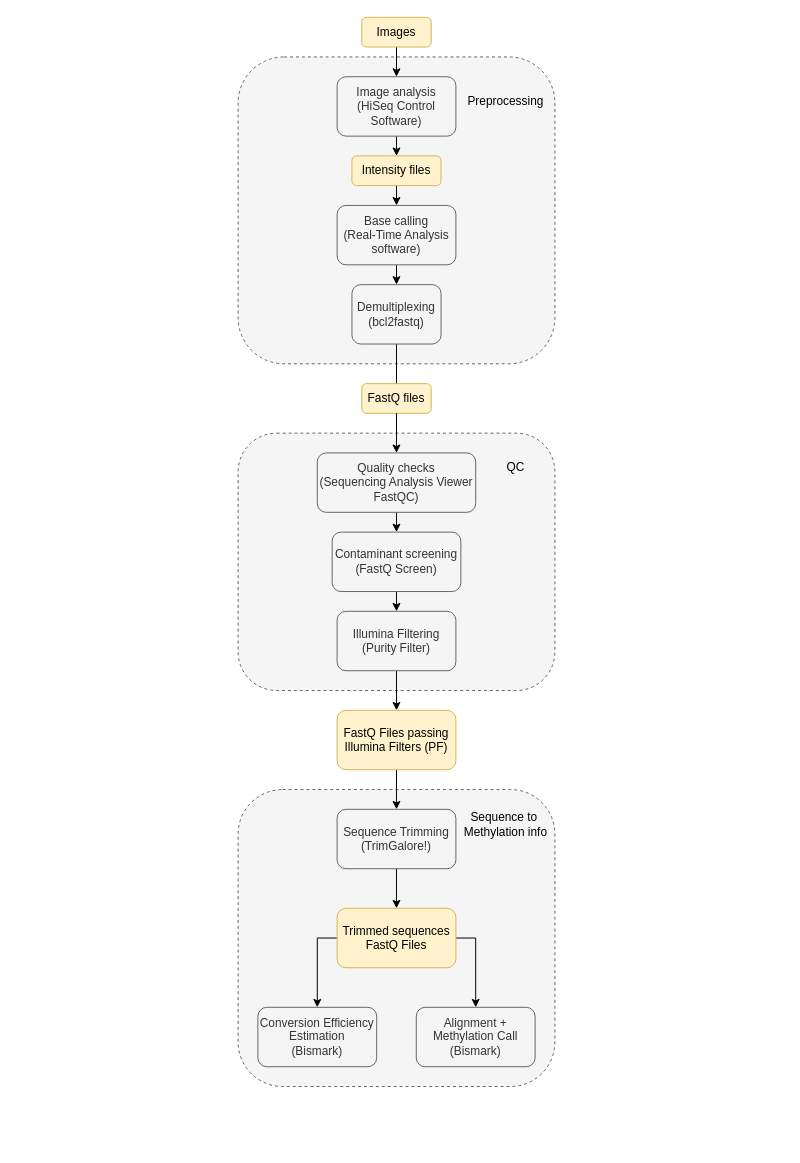
Before: pipeline_diagram.drawio in SeatizenDOI/methylation-pipeline, a draw.io diagram. Source tidied: cells renumbered, new cells numbered last; positions are measured from the earlier drawing's top-left corner, leaving out a move shared by most shapes. Both pictures are drawn from the tidied source at 99%, with x=0, y=0 at pixel (238, 17).
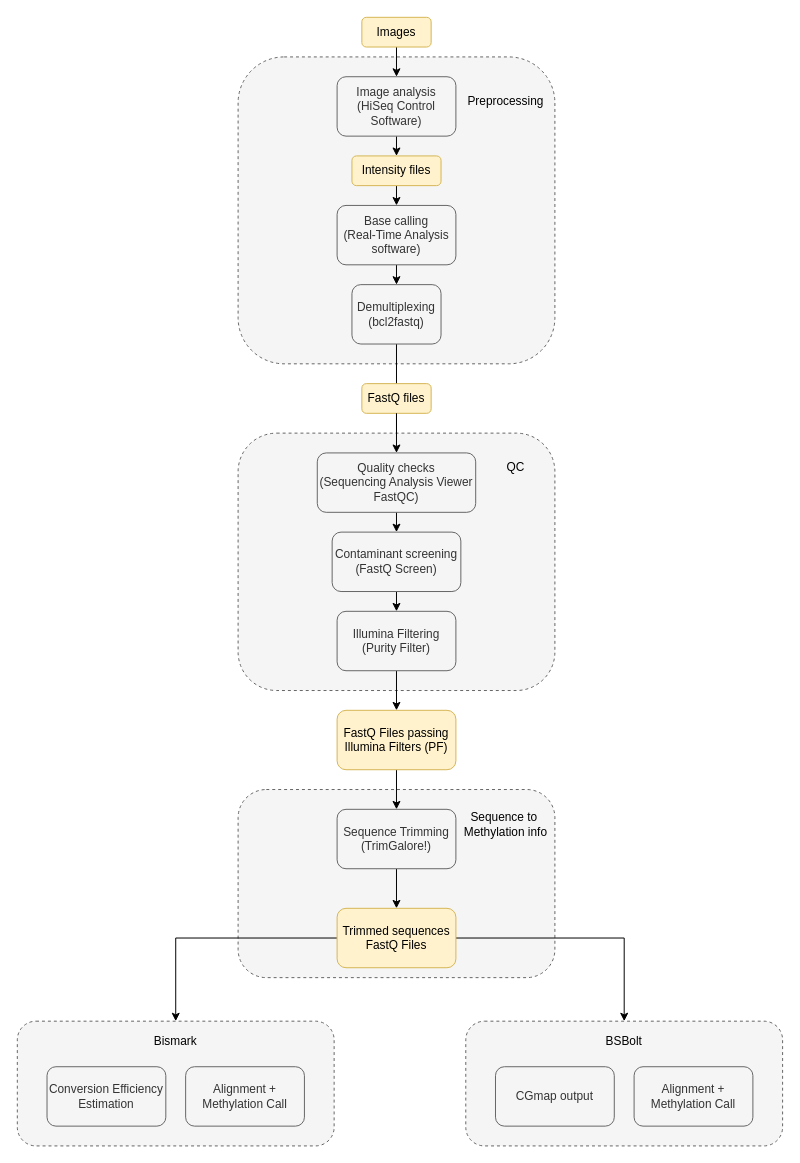
After the change.

Unchanged cells that the change refers to:
```xml
<mxCell id="9" value="Trimmed sequences FastQ Files" style="rounded=1;whiteSpace=wrap;html=1;fillColor=#fff2cc;strokeColor=#d6b656;fillStyle=solid;" parent="1" vertex="1">
  <mxGeometry x="100" y="900" width="120" height="60" as="geometry" />
</mxCell>
```

Change to the diagram source:
```diff
@@
+    <mxCell id="37" style="rounded=1;whiteSpace=wrap;html=1;dashed=1;fillColor=#f5f5f5;fontColor=#333333;strokeColor=#666666;" parent="1" vertex="1">
+      <mxGeometry x="-223" y="1014" width="320" height="126" as="geometry" />
+    </mxCell>
     <mxCell id="2" style="rounded=1;whiteSpace=wrap;html=1;dashed=1;fillColor=#f5f5f5;fontColor=#333333;strokeColor=#666666;" parent="1" vertex="1">
-      <mxGeometry y="780" width="320" height="300" as="geometry" />
+      <mxGeometry y="780" width="320" height="190" as="geometry" />
     </mxCell>
@@
-    <mxCell id="7" style="edgeStyle=orthogonalEdgeStyle;rounded=0;jettySize=auto;html=1;exitX=0;exitY=0.5;exitDx=0;exitDy=0;" parent="1" edge="1" source="9" target="10">
-      <mxGeometry relative="1" as="geometry" />
-    </mxCell>
-    <mxCell id="8" style="edgeStyle=orthogonalEdgeStyle;rounded=0;jettySize=auto;html=1;exitX=1;exitY=0.5;exitDx=0;exitDy=0;entryX=0.5;entryY=0;entryDx=0;entryDy=0;" parent="1" edge="1" source="9" target="11">
-      <mxGeometry relative="1" as="geometry" />
-    </mxCell>
+    <mxCell id="38" style="edgeStyle=orthogonalEdgeStyle;rounded=0;jettySize=auto;html=1;" parent="1" edge="1" source="9" target="37">
+      <mxGeometry relative="1" as="geometry" />
+    </mxCell>
+    <mxCell id="39" style="edgeStyle=orthogonalEdgeStyle;rounded=0;jettySize=auto;html=1;exitX=1;exitY=0.5;exitDx=0;exitDy=0;entryX=0.5;entryY=0;entryDx=0;entryDy=0;" parent="1" edge="1" source="9" target="41">
+      <mxGeometry relative="1" as="geometry" />
+    </mxCell>
@@
-    <mxCell id="10" value="&lt;div&gt;Conversion Efficiency Estimation&lt;/div&gt;&lt;div&gt;(Bismark)&lt;/div&gt;" style="rounded=1;whiteSpace=wrap;html=1;fillColor=#f5f5f5;strokeColor=#666666;fillStyle=solid;fontColor=#333333;" parent="1" vertex="1">
-      <mxGeometry x="20" y="1000" width="120" height="60" as="geometry" />
+    <mxCell id="10" value="&lt;div&gt;Conversion Efficiency Estimation&lt;/div&gt;" style="rounded=1;whiteSpace=wrap;html=1;fillColor=#f5f5f5;strokeColor=#666666;fillStyle=solid;fontColor=#333333;" parent="1" vertex="1">
+      <mxGeometry x="-193" y="1060" width="120" height="60" as="geometry" />
     </mxCell>
-    <mxCell id="11" value="&lt;div&gt;Alignment + Methylation Call&lt;/div&gt;&lt;div&gt;(Bismark)&lt;/div&gt;" style="rounded=1;whiteSpace=wrap;html=1;fillColor=#f5f5f5;strokeColor=#666666;fillStyle=solid;fontColor=#333333;" parent="1" vertex="1">
-      <mxGeometry x="180" y="1000" width="120" height="60" as="geometry" />
+    <mxCell id="11" value="&lt;div&gt;Alignment + Methylation Call&lt;/div&gt;" style="rounded=1;whiteSpace=wrap;html=1;fillColor=#f5f5f5;strokeColor=#666666;fillStyle=solid;fontColor=#333333;" parent="1" vertex="1">
+      <mxGeometry x="-53" y="1060" width="120" height="60" as="geometry" />
     </mxCell>
@@
+    <mxCell id="40" value="Bismark" style="text;html=1;align=center;verticalAlign=middle;whiteSpace=wrap;rounded=0;" parent="1" vertex="1">
+      <mxGeometry x="-93" y="1020" width="60" height="30" as="geometry" />
+    </mxCell>
+    <mxCell id="41" style="rounded=1;whiteSpace=wrap;html=1;dashed=1;fillColor=#f5f5f5;fontColor=#333333;strokeColor=#666666;" parent="1" vertex="1">
+      <mxGeometry x="230" y="1014" width="320" height="126" as="geometry" />
+    </mxCell>
+    <mxCell id="42" value="&lt;div&gt;CGmap output&lt;/div&gt;" style="rounded=1;whiteSpace=wrap;html=1;fillColor=#f5f5f5;strokeColor=#666666;fillStyle=solid;fontColor=#333333;" parent="1" vertex="1">
+      <mxGeometry x="260" y="1060" width="120" height="60" as="geometry" />
+    </mxCell>
+    <mxCell id="43" value="&lt;div&gt;Alignment + Methylation Call&lt;/div&gt;" style="rounded=1;whiteSpace=wrap;html=1;fillColor=#f5f5f5;strokeColor=#666666;fillStyle=solid;fontColor=#333333;" parent="1" vertex="1">
+      <mxGeometry x="400" y="1060" width="120" height="60" as="geometry" />
+    </mxCell>
+    <mxCell id="44" value="BSBolt" style="text;html=1;align=center;verticalAlign=middle;whiteSpace=wrap;rounded=0;" parent="1" vertex="1">
+      <mxGeometry x="360" y="1020" width="60" height="30" as="geometry" />
+    </mxCell>
```
